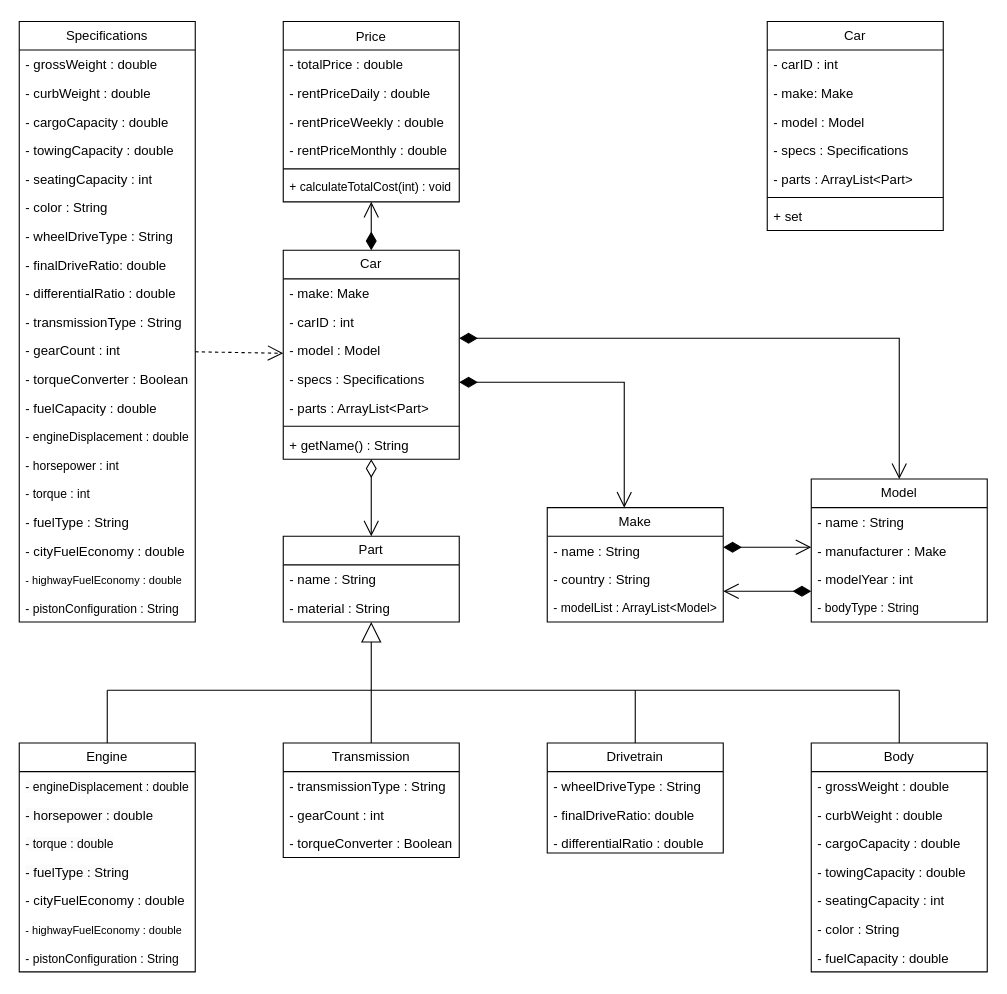
This is src/com/group5/Car/UML/Car_UML.drawio from TheHurricaneCat/CRMS---Add-Company-Name-Here-, a draw.io file, before an edit. Source tidied: cells renumbered, new cells numbered last; positions are measured from the earlier drawing's top-left corner, leaving out a move shared by most shapes. Both pictures are drawn from the tidied source at 110%, with x=0, y=0 at pixel (19, 21).
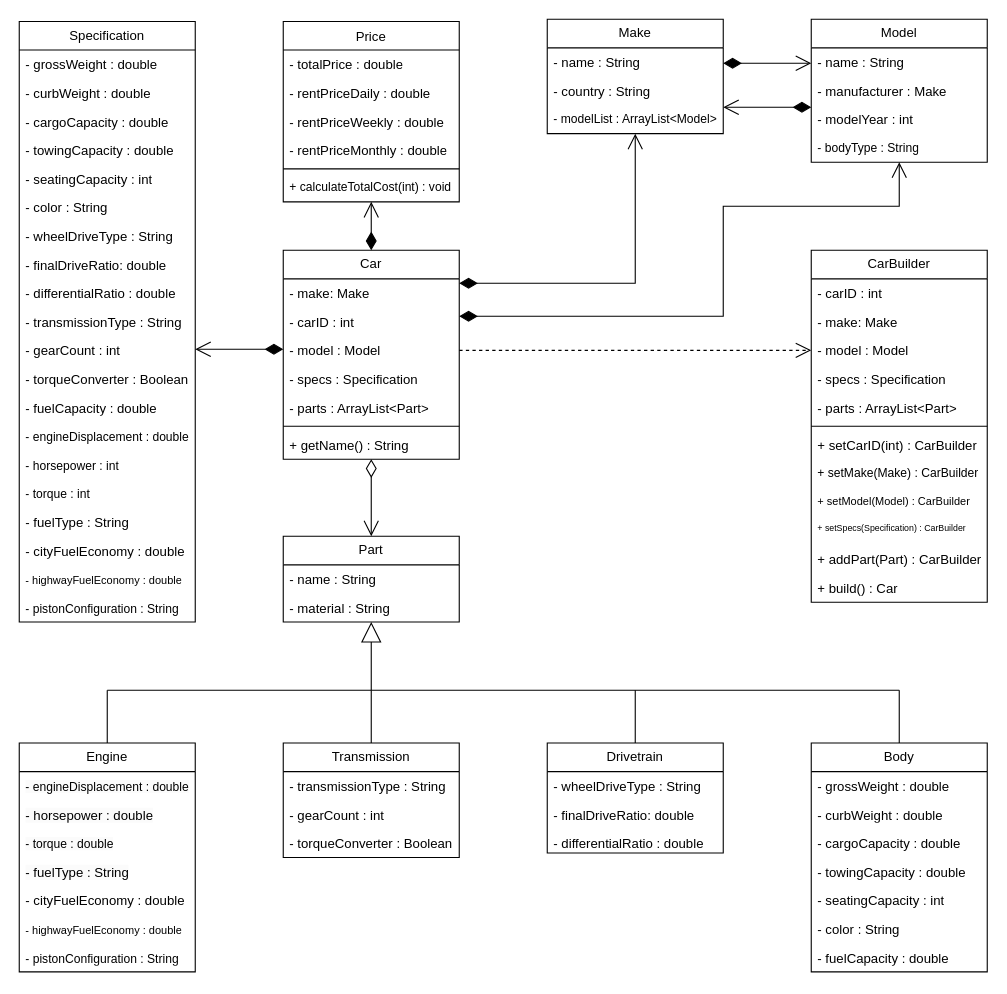
Above is the later version.

Commit message:
Updated Car UML Diagram

The change refers to these unchanged cells:
```xml
<mxCell id="2" value="Car" style="swimlane;fontStyle=0;horizontal=1;startSize=26;fillColor=none;whiteSpace=wrap;html=1;" parent="1" vertex="1">
  <mxGeometry x="240" y="208" width="160" height="190" as="geometry" />
</mxCell>
<mxCell id="5" value="- model : Model" style="text;strokeColor=none;fillColor=none;align=left;verticalAlign=top;spacingLeft=4;spacingRight=4;overflow=hidden;points=[[0,0.5],[1,0.5]];portConstraint=eastwest;whiteSpace=wrap;html=1;" parent="2" vertex="1">
  <mxGeometry y="78" width="160" height="26" as="geometry" />
</mxCell>
<mxCell id="32" value="- gearCount : int" style="text;strokeColor=none;fillColor=none;align=left;verticalAlign=top;spacingLeft=4;spacingRight=4;overflow=hidden;points=[[0,0.5],[1,0.5]];portConstraint=eastwest;whiteSpace=wrap;html=1;" parent="21" vertex="1">
  <mxGeometry y="286" width="160" height="26" as="geometry" />
</mxCell>
<mxCell id="90" value="- model : Model" style="text;strokeColor=none;fillColor=none;align=left;verticalAlign=top;spacingLeft=4;spacingRight=4;overflow=hidden;points=[[0,0.5],[1,0.5]];portConstraint=eastwest;whiteSpace=wrap;html=1;" parent="87" vertex="1">
  <mxGeometry y="78" width="160" height="26" as="geometry" />
</mxCell>
```

The edit, as a diff of the source:
```diff
@@
-    <mxCell id="6" value="- specs :&amp;nbsp;&lt;span style=&quot;text-align: center;&quot;&gt;Specifications&lt;/span&gt;" style="text;strokeColor=none;fillColor=none;align=left;verticalAlign=top;spacingLeft=4;spacingRight=4;overflow=hidden;whiteSpace=wrap;html=1;" parent="2" vertex="1">
+    <mxCell id="6" value="- specs :&amp;nbsp;&lt;span style=&quot;text-align: center;&quot;&gt;Specification&lt;/span&gt;" style="text;strokeColor=none;fillColor=none;align=left;verticalAlign=top;spacingLeft=4;spacingRight=4;overflow=hidden;whiteSpace=wrap;html=1;" parent="2" vertex="1">
       <mxGeometry y="104" width="160" height="26" as="geometry" />
     </mxCell>
@@
     <mxCell id="10" value="Make" style="swimlane;fontStyle=0;horizontal=1;startSize=26;fillColor=none;whiteSpace=wrap;html=1;" parent="1" vertex="1">
-      <mxGeometry x="480" y="442" width="160" height="104" as="geometry" />
+      <mxGeometry x="480" y="-2" width="160" height="104" as="geometry" />
     </mxCell>
@@
     <mxCell id="14" value="Model" style="swimlane;fontStyle=0;horizontal=1;startSize=26;fillColor=none;whiteSpace=wrap;html=1;" parent="1" vertex="1">
-      <mxGeometry x="720" y="416" width="160" height="130" as="geometry" />
+      <mxGeometry x="720" y="-2" width="160" height="130" as="geometry" />
     </mxCell>
@@
     <mxCell id="19" style="endArrow=open;html=1;endSize=12;startArrow=diamondThin;startSize=14;startFill=1;edgeStyle=orthogonalEdgeStyle;align=left;verticalAlign=bottom;rounded=0;" parent="1" edge="1" source="10" target="14">
       <mxGeometry x="-1" y="3" relative="1" as="geometry">
         <Array as="points">
-          <mxPoint x="680" y="478" />
-          <mxPoint x="680" y="478" />
+          <mxPoint x="680" y="38" />
+          <mxPoint x="680" y="38" />
         </Array>
       </mxGeometry>
     </mxCell>
     <mxCell id="20" style="endArrow=open;html=1;endSize=12;startArrow=diamondThin;startSize=14;startFill=1;edgeStyle=orthogonalEdgeStyle;align=left;verticalAlign=bottom;rounded=0;" parent="1" edge="1" source="14" target="10">
       <mxGeometry x="-0.75" y="-1" relative="1" as="geometry">
         <Array as="points">
-          <mxPoint x="680" y="518" />
-          <mxPoint x="680" y="518" />
+          <mxPoint x="670" y="78" />
+          <mxPoint x="670" y="78" />
         </Array>
       </mxGeometry>
     </mxCell>
-    <mxCell id="21" value="Specifications" style="swimlane;fontStyle=0;horizontal=1;startSize=26;fillColor=none;whiteSpace=wrap;html=1;" parent="1" vertex="1">
+    <mxCell id="21" value="Specification" style="swimlane;fontStyle=0;horizontal=1;startSize=26;fillColor=none;whiteSpace=wrap;html=1;" parent="1" vertex="1">
       <mxGeometry width="160" height="546" as="geometry" />
     </mxCell>
@@
     <mxCell id="42" style="endArrow=open;html=1;endSize=12;startArrow=diamondThin;startSize=14;startFill=1;edgeStyle=orthogonalEdgeStyle;align=left;verticalAlign=bottom;rounded=0;" parent="1" edge="1" source="2" target="10">
       <mxGeometry x="-1" y="3" relative="1" as="geometry">
         <Array as="points">
-          <mxPoint x="550" y="328" />
+          <mxPoint x="560" y="238" />
         </Array>
       </mxGeometry>
     </mxCell>
     <mxCell id="43" style="endArrow=open;html=1;endSize=12;startArrow=diamondThin;startSize=14;startFill=1;edgeStyle=orthogonalEdgeStyle;align=left;verticalAlign=bottom;rounded=0;" parent="1" edge="1" source="2" target="14">
       <mxGeometry x="-1" y="3" relative="1" as="geometry">
         <Array as="points">
-          <mxPoint x="800" y="288" />
+          <mxPoint x="640" y="268" />
+          <mxPoint x="640" y="168" />
+          <mxPoint x="800" y="168" />
         </Array>
       </mxGeometry>
     </mxCell>
@@
-    <mxCell id="48" style="endArrow=open;endSize=12;dashed=1;html=1;rounded=0;" parent="1" edge="1" source="32" target="2">
-      <mxGeometry relative="1" as="geometry" />
-    </mxCell>
@@
-    <mxCell id="87" value="Car" style="swimlane;fontStyle=0;horizontal=1;startSize=26;fillColor=none;whiteSpace=wrap;html=1;" parent="1" vertex="1">
-      <mxGeometry x="680" width="160" height="190" as="geometry" />
+    <mxCell id="87" value="CarBuilder" style="swimlane;fontStyle=0;horizontal=1;startSize=26;fillColor=none;whiteSpace=wrap;html=1;" parent="1" vertex="1">
+      <mxGeometry x="720" y="208" width="160" height="320" as="geometry" />
     </mxCell>
@@
-    <mxCell id="91" value="- specs :&amp;nbsp;&lt;span style=&quot;text-align: center;&quot;&gt;Specifications&lt;/span&gt;" style="text;strokeColor=none;fillColor=none;align=left;verticalAlign=top;spacingLeft=4;spacingRight=4;overflow=hidden;whiteSpace=wrap;html=1;" parent="87" vertex="1">
+    <mxCell id="91" value="- specs :&amp;nbsp;&lt;span style=&quot;text-align: center;&quot;&gt;Specification&lt;/span&gt;" style="text;strokeColor=none;fillColor=none;align=left;verticalAlign=top;spacingLeft=4;spacingRight=4;overflow=hidden;whiteSpace=wrap;html=1;" parent="87" vertex="1">
       <mxGeometry y="104" width="160" height="26" as="geometry" />
     </mxCell>
@@
-    <mxCell id="94" value="+ set" style="text;strokeColor=none;fillColor=none;align=left;verticalAlign=top;spacingLeft=4;spacingRight=4;overflow=hidden;whiteSpace=wrap;html=1;" parent="87" vertex="1">
+    <mxCell id="94" value="+ setCarID(int) : CarBuilder" style="text;strokeColor=none;fillColor=none;align=left;verticalAlign=top;spacingLeft=4;spacingRight=4;overflow=hidden;whiteSpace=wrap;html=1;" parent="87" vertex="1">
       <mxGeometry y="164" width="160" height="26" as="geometry" />
     </mxCell>
+    <mxCell id="95" value="+ setMake(Make) : CarBuilder" style="text;strokeColor=none;fillColor=none;align=left;verticalAlign=top;spacingLeft=4;spacingRight=4;overflow=hidden;whiteSpace=wrap;html=1;fontSize=11;" parent="87" vertex="1">
+      <mxGeometry y="190" width="160" height="26" as="geometry" />
+    </mxCell>
+    <mxCell id="96" value="+ setModel(Model) : CarBuilder" style="text;strokeColor=none;fillColor=none;align=left;verticalAlign=top;spacingLeft=4;spacingRight=4;overflow=hidden;whiteSpace=wrap;html=1;fontSize=10;" parent="87" vertex="1">
+      <mxGeometry y="216" width="160" height="26" as="geometry" />
+    </mxCell>
+    <mxCell id="97" value="+ setSpecs(Specification) : CarBuilder" style="text;strokeColor=none;fillColor=none;align=left;verticalAlign=top;spacingLeft=4;spacingRight=4;overflow=hidden;whiteSpace=wrap;html=1;fontSize=8;" parent="87" vertex="1">
+      <mxGeometry y="242" width="160" height="26" as="geometry" />
+    </mxCell>
+    <mxCell id="98" value="+ addPart(Part) : CarBuilder" style="text;strokeColor=none;fillColor=none;align=left;verticalAlign=top;spacingLeft=4;spacingRight=4;overflow=hidden;whiteSpace=wrap;html=1;fontSize=12;" parent="87" vertex="1">
+      <mxGeometry y="268" width="160" height="26" as="geometry" />
+    </mxCell>
+    <mxCell id="99" value="+ build() : Car" style="text;strokeColor=none;fillColor=none;align=left;verticalAlign=top;spacingLeft=4;spacingRight=4;overflow=hidden;whiteSpace=wrap;html=1;fontSize=12;" parent="87" vertex="1">
+      <mxGeometry y="294" width="160" height="26" as="geometry" />
+    </mxCell>
+    <mxCell id="100" style="endArrow=open;endSize=12;dashed=1;html=1;rounded=0;" parent="1" edge="1" source="5" target="90">
+      <mxGeometry relative="1" as="geometry" />
+    </mxCell>
+    <mxCell id="101" style="endArrow=open;html=1;endSize=12;startArrow=diamondThin;startSize=14;startFill=1;edgeStyle=orthogonalEdgeStyle;align=left;verticalAlign=bottom;rounded=0;" parent="1" edge="1" source="2" target="32">
+      <mxGeometry x="-1" y="3" relative="1" as="geometry">
+        <Array as="points">
+          <mxPoint x="220" y="298" />
+          <mxPoint x="220" y="298" />
+        </Array>
+      </mxGeometry>
+    </mxCell>
```
